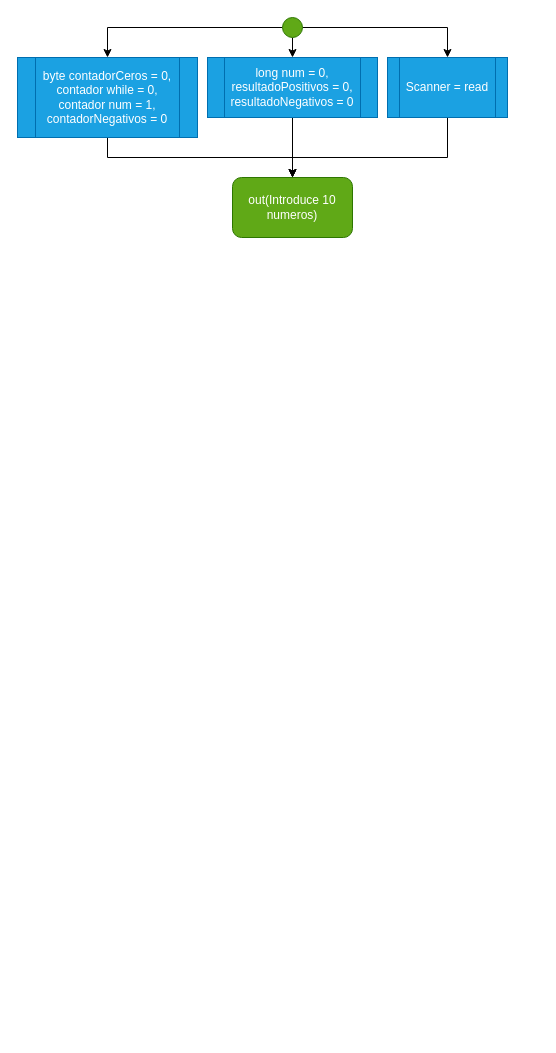
Before: page "Ejercicio 5" (5 of 5) of diagramas/Diagramas.drawio in antonionavarro04/Tema3While, a draw.io diagram. Source tidied: cells renumbered, new cells numbered last; positions are measured from the earlier drawing's top-left corner, leaving out a move shared by most shapes. Both pictures are drawn from the tidied source at 100%, with x=0, y=0 at pixel (17, 17).
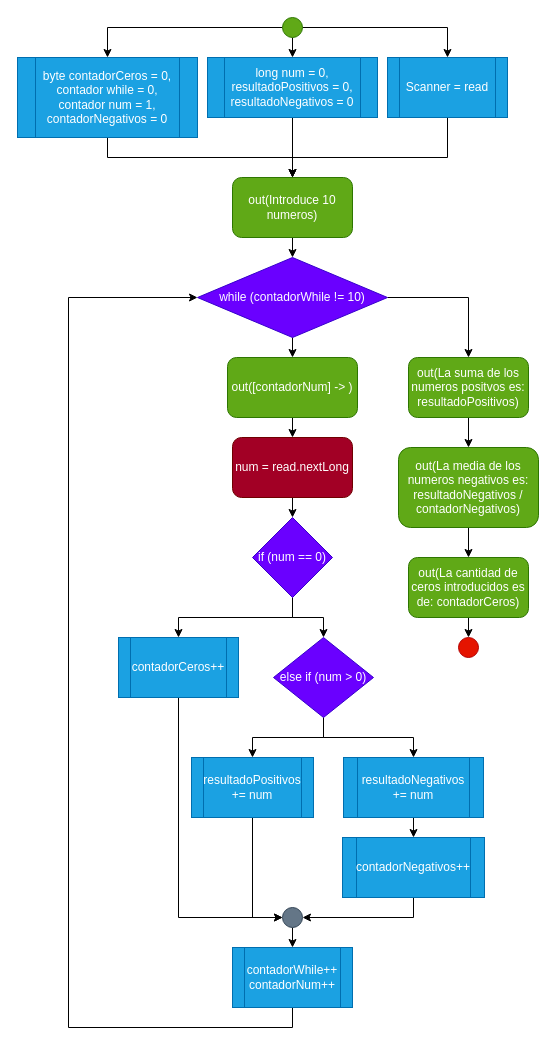
After the change.

Commit message:
Que guapo este Diagrama

Unchanged cells that the change refers to:
```xml
<mxCell id="12" value="out(Introduce 10 numeros)" style="rounded=1;whiteSpace=wrap;html=1;fillColor=#60a917;fontColor=#ffffff;strokeColor=#2D7600;" parent="1" vertex="1">
  <mxGeometry x="215" y="160" width="120" height="60" as="geometry" />
</mxCell>
```

Change to the diagram source:
```diff
@@
+    <mxCell id="13" style="edgeStyle=orthogonalEdgeStyle;rounded=0;jettySize=auto;html=1;exitX=0.5;exitY=1;exitDx=0;exitDy=0;entryX=0.5;entryY=0;entryDx=0;entryDy=0;" parent="1" edge="1" source="12" target="16">
+      <mxGeometry relative="1" as="geometry" />
+    </mxCell>
@@
+    <mxCell id="14" style="edgeStyle=orthogonalEdgeStyle;rounded=0;jettySize=auto;html=1;exitX=0.5;exitY=1;exitDx=0;exitDy=0;entryX=0.5;entryY=0;entryDx=0;entryDy=0;" parent="1" edge="1" source="16" target="18">
+      <mxGeometry relative="1" as="geometry" />
+    </mxCell>
+    <mxCell id="15" style="edgeStyle=orthogonalEdgeStyle;rounded=0;jettySize=auto;html=1;exitX=1;exitY=0.5;exitDx=0;exitDy=0;entryX=0.5;entryY=0;entryDx=0;entryDy=0;" parent="1" edge="1" source="16" target="40">
+      <mxGeometry relative="1" as="geometry" />
+    </mxCell>
+    <mxCell id="16" value="while (contadorWhile != 10)" style="rhombus;whiteSpace=wrap;html=1;fillColor=#6a00ff;fontColor=#ffffff;strokeColor=#3700CC;" parent="1" vertex="1">
+      <mxGeometry x="180" y="240" width="190" height="80" as="geometry" />
+    </mxCell>
+    <mxCell id="17" style="edgeStyle=orthogonalEdgeStyle;rounded=0;jettySize=auto;html=1;exitX=0.5;exitY=1;exitDx=0;exitDy=0;entryX=0.5;entryY=0;entryDx=0;entryDy=0;" parent="1" edge="1" source="18" target="20">
+      <mxGeometry relative="1" as="geometry" />
+    </mxCell>
+    <mxCell id="18" value="out([contadorNum] -&amp;gt; )" style="rounded=1;whiteSpace=wrap;html=1;fillColor=#60a917;fontColor=#ffffff;strokeColor=#2D7600;" parent="1" vertex="1">
+      <mxGeometry x="210" y="340" width="130" height="60" as="geometry" />
+    </mxCell>
+    <mxCell id="19" style="edgeStyle=orthogonalEdgeStyle;rounded=0;jettySize=auto;html=1;exitX=0.5;exitY=1;exitDx=0;exitDy=0;entryX=0.5;entryY=0;entryDx=0;entryDy=0;" parent="1" edge="1" source="20" target="23">
+      <mxGeometry relative="1" as="geometry" />
+    </mxCell>
+    <mxCell id="20" value="num = read.nextLong" style="rounded=1;whiteSpace=wrap;html=1;fillColor=#a20025;fontColor=#ffffff;strokeColor=#6F0000;" parent="1" vertex="1">
+      <mxGeometry x="215" y="420" width="120" height="60" as="geometry" />
+    </mxCell>
+    <mxCell id="21" style="edgeStyle=orthogonalEdgeStyle;rounded=0;jettySize=auto;html=1;exitX=0.5;exitY=1;exitDx=0;exitDy=0;entryX=0.5;entryY=0;entryDx=0;entryDy=0;" parent="1" edge="1" source="23" target="25">
+      <mxGeometry relative="1" as="geometry" />
+    </mxCell>
+    <mxCell id="22" style="edgeStyle=orthogonalEdgeStyle;rounded=0;jettySize=auto;html=1;exitX=0.5;exitY=1;exitDx=0;exitDy=0;entryX=0.5;entryY=0;entryDx=0;entryDy=0;" parent="1" edge="1" source="23" target="28">
+      <mxGeometry relative="1" as="geometry" />
+    </mxCell>
+    <mxCell id="23" value="if (num == 0)" style="rhombus;whiteSpace=wrap;html=1;fillColor=#6a00ff;fontColor=#ffffff;strokeColor=#3700CC;" parent="1" vertex="1">
+      <mxGeometry x="235" y="500" width="80" height="80" as="geometry" />
+    </mxCell>
+    <mxCell id="24" style="edgeStyle=orthogonalEdgeStyle;rounded=0;jettySize=auto;html=1;exitX=0.5;exitY=1;exitDx=0;exitDy=0;entryX=0;entryY=0.5;entryDx=0;entryDy=0;" parent="1" edge="1" source="25" target="36">
+      <mxGeometry relative="1" as="geometry" />
+    </mxCell>
+    <mxCell id="25" value="contadorCeros++" style="shape=process;whiteSpace=wrap;html=1;backgroundOutline=1;fillColor=#1ba1e2;fontColor=#ffffff;strokeColor=#006EAF;" parent="1" vertex="1">
+      <mxGeometry x="101" y="620" width="120" height="60" as="geometry" />
+    </mxCell>
+    <mxCell id="26" style="edgeStyle=orthogonalEdgeStyle;rounded=0;jettySize=auto;html=1;exitX=0.5;exitY=1;exitDx=0;exitDy=0;entryX=0.5;entryY=0;entryDx=0;entryDy=0;" parent="1" edge="1" source="28" target="30">
+      <mxGeometry relative="1" as="geometry" />
+    </mxCell>
+    <mxCell id="27" style="edgeStyle=orthogonalEdgeStyle;rounded=0;jettySize=auto;html=1;exitX=0.5;exitY=1;exitDx=0;exitDy=0;entryX=0.5;entryY=0;entryDx=0;entryDy=0;" parent="1" edge="1" source="28" target="32">
+      <mxGeometry relative="1" as="geometry" />
+    </mxCell>
+    <mxCell id="28" value="else if (num &amp;gt; 0)" style="rhombus;whiteSpace=wrap;html=1;fillColor=#6a00ff;fontColor=#ffffff;strokeColor=#3700CC;" parent="1" vertex="1">
+      <mxGeometry x="256" y="620" width="100" height="80" as="geometry" />
+    </mxCell>
+    <mxCell id="29" style="edgeStyle=orthogonalEdgeStyle;rounded=0;jettySize=auto;html=1;exitX=0.5;exitY=1;exitDx=0;exitDy=0;entryX=0;entryY=0.5;entryDx=0;entryDy=0;" parent="1" edge="1" source="30" target="36">
+      <mxGeometry relative="1" as="geometry" />
+    </mxCell>
+    <mxCell id="30" value="resultadoPositivos += num" style="shape=process;whiteSpace=wrap;html=1;backgroundOutline=1;fillColor=#1ba1e2;fontColor=#ffffff;strokeColor=#006EAF;" parent="1" vertex="1">
+      <mxGeometry x="174" y="740" width="122" height="60" as="geometry" />
+    </mxCell>
+    <mxCell id="31" style="edgeStyle=orthogonalEdgeStyle;rounded=0;jettySize=auto;html=1;exitX=0.5;exitY=1;exitDx=0;exitDy=0;entryX=0.5;entryY=0;entryDx=0;entryDy=0;" parent="1" edge="1" source="32" target="34">
+      <mxGeometry relative="1" as="geometry" />
+    </mxCell>
+    <mxCell id="32" value="resultadoNegativos += num" style="shape=process;whiteSpace=wrap;html=1;backgroundOutline=1;fillColor=#1ba1e2;fontColor=#ffffff;strokeColor=#006EAF;" parent="1" vertex="1">
+      <mxGeometry x="326" y="740" width="140" height="60" as="geometry" />
+    </mxCell>
+    <mxCell id="33" style="edgeStyle=orthogonalEdgeStyle;rounded=0;jettySize=auto;html=1;exitX=0.5;exitY=1;exitDx=0;exitDy=0;entryX=1;entryY=0.5;entryDx=0;entryDy=0;" parent="1" edge="1" source="34" target="36">
+      <mxGeometry relative="1" as="geometry" />
+    </mxCell>
+    <mxCell id="34" value="contadorNegativos++" style="shape=process;whiteSpace=wrap;html=1;backgroundOutline=1;fillColor=#1ba1e2;fontColor=#ffffff;strokeColor=#006EAF;" parent="1" vertex="1">
+      <mxGeometry x="325" y="820" width="142" height="60" as="geometry" />
+    </mxCell>
+    <mxCell id="35" style="edgeStyle=orthogonalEdgeStyle;rounded=0;jettySize=auto;html=1;exitX=0.5;exitY=1;exitDx=0;exitDy=0;entryX=0.5;entryY=0;entryDx=0;entryDy=0;" parent="1" edge="1" source="36" target="38">
+      <mxGeometry relative="1" as="geometry" />
+    </mxCell>
+    <mxCell id="36" style="ellipse;whiteSpace=wrap;html=1;fillColor=#647687;fontColor=#ffffff;strokeColor=#314354;" parent="1" vertex="1">
+      <mxGeometry x="265" y="890" width="20" height="20" as="geometry" />
+    </mxCell>
+    <mxCell id="37" style="edgeStyle=orthogonalEdgeStyle;rounded=0;jettySize=auto;html=1;exitX=0.5;exitY=1;exitDx=0;exitDy=0;entryX=0;entryY=0.5;entryDx=0;entryDy=0;" parent="1" edge="1" source="38" target="16">
+      <mxGeometry relative="1" as="geometry">
+        <Array as="points">
+          <mxPoint x="275" y="1010" />
+          <mxPoint x="51" y="1010" />
+          <mxPoint x="51" y="280" />
+        </Array>
+      </mxGeometry>
+    </mxCell>
+    <mxCell id="38" value="contadorWhile++&lt;br&gt;contadorNum++" style="shape=process;whiteSpace=wrap;html=1;backgroundOutline=1;fillColor=#1ba1e2;fontColor=#ffffff;strokeColor=#006EAF;" parent="1" vertex="1">
+      <mxGeometry x="215" y="930" width="120" height="60" as="geometry" />
+    </mxCell>
+    <mxCell id="39" style="edgeStyle=orthogonalEdgeStyle;rounded=0;jettySize=auto;html=1;exitX=0.5;exitY=1;exitDx=0;exitDy=0;entryX=0.5;entryY=0;entryDx=0;entryDy=0;" parent="1" edge="1" source="40" target="42">
+      <mxGeometry relative="1" as="geometry" />
+    </mxCell>
+    <mxCell id="40" value="out(La suma de los numeros positvos es: resultadoPositivos)" style="rounded=1;whiteSpace=wrap;html=1;fillColor=#60a917;fontColor=#ffffff;strokeColor=#2D7600;" parent="1" vertex="1">
+      <mxGeometry x="391" y="340" width="120" height="60" as="geometry" />
+    </mxCell>
+    <mxCell id="41" style="edgeStyle=orthogonalEdgeStyle;rounded=0;jettySize=auto;html=1;exitX=0.5;exitY=1;exitDx=0;exitDy=0;entryX=0.5;entryY=0;entryDx=0;entryDy=0;" parent="1" edge="1" source="42" target="44">
+      <mxGeometry relative="1" as="geometry" />
+    </mxCell>
+    <mxCell id="42" value="out(La media de los numeros negativos es: resultadoNegativos / contadorNegativos)" style="rounded=1;whiteSpace=wrap;html=1;fillColor=#60a917;fontColor=#ffffff;strokeColor=#2D7600;" parent="1" vertex="1">
+      <mxGeometry x="381" y="430" width="140" height="80" as="geometry" />
+    </mxCell>
+    <mxCell id="43" style="edgeStyle=orthogonalEdgeStyle;rounded=0;jettySize=auto;html=1;exitX=0.5;exitY=1;exitDx=0;exitDy=0;entryX=0.5;entryY=0;entryDx=0;entryDy=0;" parent="1" edge="1" source="44" target="45">
+      <mxGeometry relative="1" as="geometry" />
+    </mxCell>
+    <mxCell id="44" value="out(La cantidad de ceros introducidos es de: contadorCeros)" style="rounded=1;whiteSpace=wrap;html=1;fillColor=#60a917;fontColor=#ffffff;strokeColor=#2D7600;" parent="1" vertex="1">
+      <mxGeometry x="391" y="540" width="120" height="60" as="geometry" />
+    </mxCell>
+    <mxCell id="45" style="ellipse;whiteSpace=wrap;html=1;fillColor=#e51400;fontColor=#ffffff;strokeColor=#B20000;" parent="1" vertex="1">
+      <mxGeometry x="441" y="620" width="20" height="20" as="geometry" />
+    </mxCell>
```
